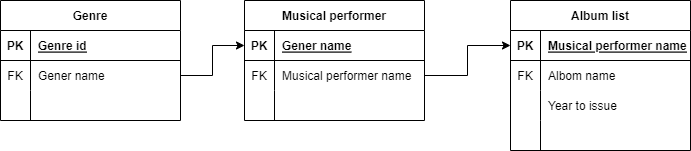
Above: Music site.drawio.png in VadimRoziznan/Music-site (draw.io), before the change. Source tidied: cells renumbered, new cells last; positions are measured from the earlier drawing's top-left corner, leaving out a move shared by most shapes.
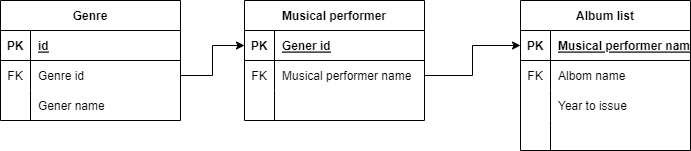
Later version of the same file.

What changed in the source:
```diff
@@ -11,27 +11,27 @@
     <mxCell id="4" value="PK" style="shape=partialRectangle;fillColor=none;top=0;left=0;bottom=0;right=0;fontStyle=1;overflow=hidden;" parent="3" vertex="1">
       <mxGeometry width="30" height="30" as="geometry" />
     </mxCell>
-    <mxCell id="5" value="Genre id" style="shape=partialRectangle;fillColor=none;top=0;left=0;bottom=0;right=0;align=left;spacingLeft=6;fontStyle=5;overflow=hidden;" parent="3" vertex="1">
+    <mxCell id="5" value="id" style="shape=partialRectangle;fillColor=none;top=0;left=0;bottom=0;right=0;align=left;spacingLeft=6;fontStyle=5;overflow=hidden;" parent="3" vertex="1">
       <mxGeometry x="30" width="150" height="30" as="geometry" />
     </mxCell>
+    <mxCell id="9" style="shape=tableRow;horizontal=0;startSize=0;swimlaneHead=0;swimlaneBody=0;fillColor=none;points=[[0,0.5],[1,0.5]];portConstraint=eastwest;top=0;left=0;right=0;bottom=0;" parent="2" vertex="1">
+      <mxGeometry y="60" width="180" height="30" as="geometry" />
+    </mxCell>
+    <mxCell id="10" value="FK" style="shape=partialRectangle;fillColor=none;top=0;left=0;bottom=0;right=0;overflow=hidden;" parent="9" vertex="1">
+      <mxGeometry width="30" height="30" as="geometry" />
+    </mxCell>
+    <mxCell id="11" value="Genre id" style="shape=partialRectangle;fillColor=none;top=0;left=0;bottom=0;right=0;align=left;spacingLeft=6;overflow=hidden;" parent="9" vertex="1">
+      <mxGeometry x="30" width="150" height="30" as="geometry" />
+    </mxCell>
     <mxCell id="6" style="shape=tableRow;horizontal=0;startSize=0;swimlaneHead=0;swimlaneBody=0;fillColor=none;points=[[0,0.5],[1,0.5]];portConstraint=eastwest;top=0;left=0;right=0;bottom=0;" parent="2" vertex="1">
-      <mxGeometry y="60" width="180" height="30" as="geometry" />
+      <mxGeometry y="90" width="180" height="30" as="geometry" />
     </mxCell>
-    <mxCell id="7" value="FK" style="shape=partialRectangle;fillColor=none;top=0;left=0;bottom=0;right=0;overflow=hidden;" parent="6" vertex="1">
+    <mxCell id="7" style="shape=partialRectangle;fillColor=none;top=0;left=0;bottom=0;right=0;overflow=hidden;" parent="6" vertex="1">
       <mxGeometry width="30" height="30" as="geometry" />
     </mxCell>
     <mxCell id="8" value="Gener name" style="shape=partialRectangle;fillColor=none;top=0;left=0;bottom=0;right=0;align=left;spacingLeft=6;overflow=hidden;" parent="6" vertex="1">
       <mxGeometry x="30" width="150" height="30" as="geometry" />
     </mxCell>
-    <mxCell id="9" style="shape=tableRow;horizontal=0;startSize=0;swimlaneHead=0;swimlaneBody=0;fillColor=none;points=[[0,0.5],[1,0.5]];portConstraint=eastwest;top=0;left=0;right=0;bottom=0;" parent="2" vertex="1">
-      <mxGeometry y="90" width="180" height="30" as="geometry" />
-    </mxCell>
-    <mxCell id="10" style="shape=partialRectangle;fillColor=none;top=0;left=0;bottom=0;right=0;overflow=hidden;" parent="9" vertex="1">
-      <mxGeometry width="30" height="30" as="geometry" />
-    </mxCell>
-    <mxCell id="11" style="shape=partialRectangle;fillColor=none;top=0;left=0;bottom=0;right=0;align=left;spacingLeft=6;overflow=hidden;" parent="9" vertex="1">
-      <mxGeometry x="30" width="150" height="30" as="geometry" />
-    </mxCell>
     <mxCell id="12" value="Musical performer" style="shape=table;startSize=30;rowLines=0;fontStyle=1;align=center;strokeColor=default;fontFamily=Helvetica;fontSize=12;fontColor=default;fillColor=none;" parent="1" vertex="1">
       <mxGeometry x="244" width="180" height="120" as="geometry" />
     </mxCell>
@@ -41,7 +41,7 @@
     <mxCell id="14" value="PK" style="shape=partialRectangle;fillColor=none;top=0;left=0;bottom=0;right=0;fontStyle=1;overflow=hidden;strokeColor=default;fontFamily=Helvetica;fontSize=12;fontColor=default;" parent="13" vertex="1">
       <mxGeometry width="30" height="30" as="geometry" />
     </mxCell>
-    <mxCell id="15" value="Gener name" style="shape=partialRectangle;fillColor=none;top=0;left=0;bottom=0;right=0;align=left;spacingLeft=6;fontStyle=5;overflow=hidden;strokeColor=default;fontFamily=Helvetica;fontSize=12;fontColor=default;" parent="13" vertex="1">
+    <mxCell id="15" value="Gener id" style="shape=partialRectangle;fillColor=none;top=0;left=0;bottom=0;right=0;align=left;spacingLeft=6;fontStyle=5;overflow=hidden;strokeColor=default;fontFamily=Helvetica;fontSize=12;fontColor=default;" parent="13" vertex="1">
       <mxGeometry x="30" width="150" height="30" as="geometry" />
     </mxCell>
     <mxCell id="16" style="shape=tableRow;horizontal=0;startSize=0;swimlaneHead=0;swimlaneBody=0;fillColor=none;points=[[0,0.5],[1,0.5]];portConstraint=eastwest;top=0;left=0;right=0;bottom=0;strokeColor=default;fontFamily=Helvetica;fontSize=12;fontColor=default;" parent="12" vertex="1">
@@ -63,49 +63,49 @@
       <mxGeometry x="30" width="150" height="30" as="geometry" />
     </mxCell>
     <mxCell id="22" value="Album list" style="shape=table;startSize=30;rowLines=0;fontStyle=1;align=center;strokeColor=default;fontFamily=Helvetica;fontSize=12;fontColor=default;fillColor=none;" parent="1" vertex="1">
-      <mxGeometry x="510" width="180" height="150" as="geometry" />
+      <mxGeometry x="520" width="170" height="150" as="geometry" />
     </mxCell>
     <mxCell id="23" style="shape=tableRow;horizontal=0;startSize=0;swimlaneHead=0;swimlaneBody=0;fillColor=none;points=[[0,0.5],[1,0.5]];portConstraint=eastwest;top=0;left=0;right=0;bottom=1;strokeColor=default;fontFamily=Helvetica;fontSize=12;fontColor=default;" parent="22" vertex="1">
-      <mxGeometry y="30" width="180" height="30" as="geometry" />
+      <mxGeometry y="30" width="170" height="30" as="geometry" />
     </mxCell>
     <mxCell id="24" value="PK" style="shape=partialRectangle;fillColor=none;top=0;left=0;bottom=0;right=0;fontStyle=1;overflow=hidden;strokeColor=default;fontFamily=Helvetica;fontSize=12;fontColor=default;" parent="23" vertex="1">
       <mxGeometry width="30" height="30" as="geometry" />
     </mxCell>
     <mxCell id="25" value="Musical performer name" style="shape=partialRectangle;fillColor=none;top=0;left=0;bottom=0;right=0;align=left;spacingLeft=6;fontStyle=5;overflow=hidden;strokeColor=default;fontFamily=Helvetica;fontSize=12;fontColor=default;" parent="23" vertex="1">
-      <mxGeometry x="30" width="150" height="30" as="geometry" />
+      <mxGeometry x="30" width="140" height="30" as="geometry" />
     </mxCell>
     <mxCell id="26" style="shape=tableRow;horizontal=0;startSize=0;swimlaneHead=0;swimlaneBody=0;fillColor=none;top=0;left=0;right=0;bottom=0;strokeColor=default;fontFamily=Helvetica;fontSize=12;fontColor=default;" parent="22" vertex="1">
-      <mxGeometry y="60" width="180" height="30" as="geometry" />
+      <mxGeometry y="60" width="170" height="30" as="geometry" />
     </mxCell>
     <mxCell id="27" value="FK" style="shape=partialRectangle;fillColor=none;top=0;left=0;bottom=0;right=0;overflow=hidden;strokeColor=default;fontFamily=Helvetica;fontSize=12;fontColor=default;" parent="26" vertex="1">
       <mxGeometry width="30" height="30" as="geometry" />
     </mxCell>
     <mxCell id="28" value="Albom name" style="shape=partialRectangle;fillColor=none;top=0;left=0;bottom=0;right=0;align=left;spacingLeft=6;overflow=hidden;strokeColor=default;fontFamily=Helvetica;fontSize=12;fontColor=default;" parent="26" vertex="1">
-      <mxGeometry x="30" width="150" height="30" as="geometry" />
+      <mxGeometry x="30" width="140" height="30" as="geometry" />
     </mxCell>
     <mxCell id="29" style="shape=tableRow;horizontal=0;startSize=0;swimlaneHead=0;swimlaneBody=0;fillColor=none;top=0;left=0;right=0;bottom=0;strokeColor=default;fontFamily=Helvetica;fontSize=12;fontColor=default;" parent="22" vertex="1">
-      <mxGeometry y="90" width="180" height="30" as="geometry" />
+      <mxGeometry y="90" width="170" height="30" as="geometry" />
     </mxCell>
     <mxCell id="30" style="shape=partialRectangle;fillColor=none;top=0;left=0;bottom=0;right=0;overflow=hidden;strokeColor=default;fontFamily=Helvetica;fontSize=12;fontColor=default;" parent="29" vertex="1">
       <mxGeometry width="30" height="30" as="geometry" />
     </mxCell>
     <mxCell id="31" value="Year to issue " style="shape=partialRectangle;fillColor=none;top=0;left=0;bottom=0;right=0;align=left;spacingLeft=6;overflow=hidden;strokeColor=default;fontFamily=Helvetica;fontSize=12;fontColor=default;" parent="29" vertex="1">
-      <mxGeometry x="30" width="150" height="30" as="geometry" />
+      <mxGeometry x="30" width="140" height="30" as="geometry" />
     </mxCell>
     <mxCell id="32" style="shape=tableRow;horizontal=0;startSize=0;swimlaneHead=0;swimlaneBody=0;fillColor=none;top=0;left=0;right=0;bottom=0;strokeColor=default;fontFamily=Helvetica;fontSize=12;fontColor=default;" parent="22" vertex="1">
-      <mxGeometry y="120" width="180" height="30" as="geometry" />
+      <mxGeometry y="120" width="170" height="30" as="geometry" />
     </mxCell>
     <mxCell id="33" style="shape=partialRectangle;fillColor=none;top=0;left=0;bottom=0;right=0;overflow=hidden;strokeColor=default;fontFamily=Helvetica;fontSize=12;fontColor=default;" parent="32" vertex="1">
       <mxGeometry width="30" height="30" as="geometry" />
     </mxCell>
     <mxCell id="34" style="shape=partialRectangle;fillColor=none;top=0;left=0;bottom=0;right=0;align=left;spacingLeft=6;overflow=hidden;strokeColor=default;fontFamily=Helvetica;fontSize=12;fontColor=default;" parent="32" vertex="1">
-      <mxGeometry x="30" width="150" height="30" as="geometry" />
+      <mxGeometry x="30" width="140" height="30" as="geometry" />
     </mxCell>
-    <mxCell id="35" style="edgeStyle=orthogonalEdgeStyle;rounded=0;jettySize=auto;html=1;entryX=0;entryY=0.5;entryDx=0;entryDy=0;fontFamily=Helvetica;fontSize=12;fontColor=default;" parent="1" edge="1" source="6" target="13">
-      <mxGeometry relative="1" as="geometry" />
-    </mxCell>
     <mxCell id="36" style="edgeStyle=orthogonalEdgeStyle;rounded=0;jettySize=auto;html=1;exitX=1;exitY=0.5;exitDx=0;exitDy=0;entryX=0;entryY=0.5;entryDx=0;entryDy=0;" parent="1" edge="1" source="16" target="23">
       <mxGeometry relative="1" as="geometry" />
     </mxCell>
+    <mxCell id="37" style="edgeStyle=orthogonalEdgeStyle;rounded=0;jettySize=auto;html=1;exitX=1;exitY=0.5;exitDx=0;exitDy=0;entryX=0;entryY=0.5;entryDx=0;entryDy=0;" parent="1" edge="1" source="9" target="13">
+      <mxGeometry relative="1" as="geometry" />
+    </mxCell>
   </root>
 </mxGraphModel>
```
